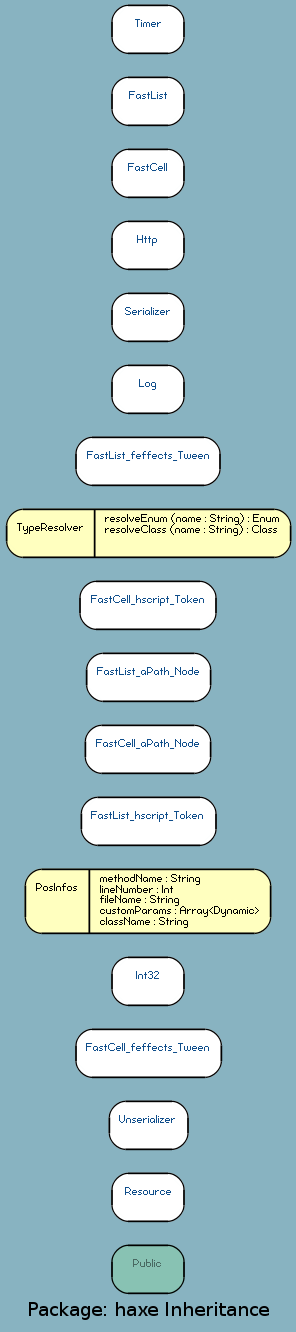
The Graphviz diagram docs/uml/haxe_I.png in google-code-export/haxegui, before a commit. Its source is kept beside it as docs/uml/haxe_I.dot.
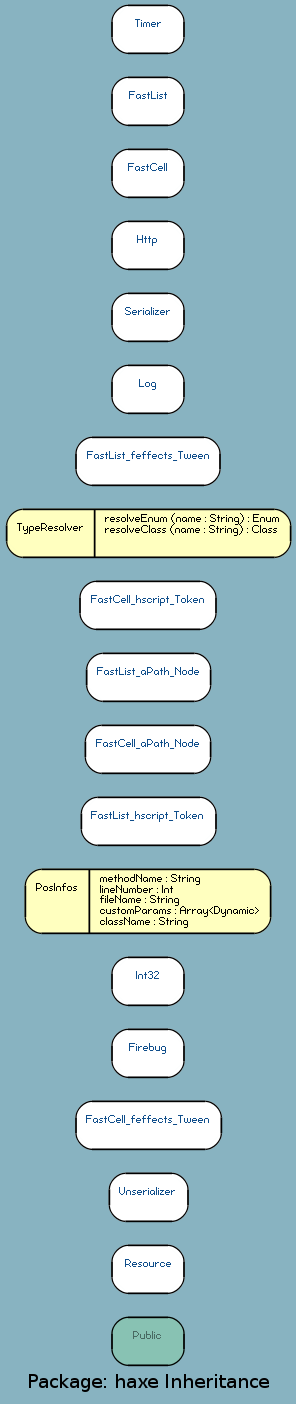
After the commit.

Change to the diagram source:
```diff
@@ -3,23 +3,24 @@
 	node [label="\N", style="rounded,filled", fillcolor="#96c288", fontcolor="#104E8B", fontname="FFF Harmony", fontsize=6, shape=record, color=black];
 	edge [fontname=Sans, fontsize=8, minlen="1.2", color=black, fontcolor=black];
 	graph [lp="107,12",
-		bb="0,0,214,991"];
+		bb="0,0,214,1045"];
 	"haxe.Public" [label="{\nPublic}", fillcolor="#88c2b3", fontcolor="#496962", URL="../types/haxe/Public.html", tooltip="\nPublic", portPos=w, pos="107,43", rects="80,25,134,61", width="0.75", height="0.50"];
 	"haxe.Resource" [label="{\nResource}", fillcolor=white, URL="../types/haxe/Resource.html", tooltip="\nResource", portPos=w, pos="107,97", rects="80,79,134,115", width="0.75", height="0.50"];
 	"haxe.Unserializer" [label="{\nUnserializer}", fillcolor=white, URL="../types/haxe/Unserializer.html", tooltip="\nUnserializer", portPos=w, pos="107,151", rects="78,133,137,169", width="0.81", height="0.50"];
 	"haxe.FastCell_feffects_Tween" [label="{\nFastCell_feffects_Tween}", fillcolor=white, URL="../types/haxe/FastCell_feffects_Tween.html", tooltip="\nFastCell_feffects_Tween", portPos=w, pos="107,205", rects="53,187,162,223", width="1.50", height="0.50"];
-	"haxe.Int32" [label="{\nInt32}", fillcolor=white, URL="../types/haxe/Int32.html", tooltip="\nInt32", portPos=w, pos="107,259", rects="80,241,134,277", width="0.75", height="0.50"];
-	"haxe.PosInfos" [label="{\nPosInfos|methodName : String\llineNumber : Int\lfileName : String\lcustomParams : Array\<Dynamic\>\lclassName : String\l}", fillcolor="#ffffbf", fontcolor=black, pos="107,319", rects="15,295,63,343 63,295,199,343", width="2.56", height="0.67"];
-	"haxe.FastList_hscript_Token" [label="{\nFastList_hscript_Token}", fillcolor=white, URL="../types/haxe/FastList_hscript_Token.html", tooltip="\nFastList_hscript_Token", portPos=w, pos="107,379", rects="57,361,158,397", width="1.39", height="0.50"];
-	"haxe.FastCell_aPath_Node" [label="{\nFastCell_aPath_Node}", fillcolor=white, URL="../types/haxe/FastCell_aPath_Node.html", tooltip="\nFastCell_aPath_Node", portPos=w, pos="107,433", rects="60,415,154,451", width="1.31", height="0.50"];
-	"haxe.FastList_aPath_Node" [label="{\nFastList_aPath_Node}", fillcolor=white, URL="../types/haxe/FastList_aPath_Node.html", tooltip="\nFastList_aPath_Node", portPos=w, pos="107,487", rects="61,469,154,505", width="1.28", height="0.50"];
-	"haxe.FastCell_hscript_Token" [label="{\nFastCell_hscript_Token}", fillcolor=white, URL="../types/haxe/FastCell_hscript_Token.html", tooltip="\nFastCell_hscript_Token", portPos=w, pos="107,541", rects="56,523,158,559", width="1.42", height="0.50"];
-	"haxe.TypeResolver" [label="{\nTypeResolver|resolveEnum (name : String) : Enum\lresolveClass (name : String) : Class\l}", fillcolor="#ffffbf", fontcolor=black, pos="107,595", rects="1,577,67,613 67,577,214,613", width="2.94", height="0.50"];
-	"haxe.FastList_feffects_Tween" [label="{\nFastList_feffects_Tween}", fillcolor=white, URL="../types/haxe/FastList_feffects_Tween.html", tooltip="\nFastList_feffects_Tween", portPos=w, pos="107,649", rects="53,631,161,667", width="1.50", height="0.50"];
-	"haxe.Log" [label="{\nLog}", fillcolor=white, URL="../types/haxe/Log.html", tooltip="\nLog", portPos=w, pos="107,703", rects="80,685,134,721", width="0.75", height="0.50"];
-	"haxe.Serializer" [label="{\nSerializer}", fillcolor=white, URL="../types/haxe/Serializer.html", tooltip="\nSerializer", portPos=w, pos="107,757", rects="80,739,134,775", width="0.75", height="0.50"];
-	"haxe.Http" [label="{\nHttp}", fillcolor=white, URL="../types/haxe/Http.html", tooltip="\nHttp", portPos=w, pos="107,811", rects="80,793,134,829", width="0.75", height="0.50"];
-	"haxe.FastCell" [label="{\nFastCell}", fillcolor=white, URL="../types/haxe/FastCell.html", tooltip="\nFastCell", portPos=w, pos="107,865", rects="80,847,134,883", width="0.75", height="0.50"];
-	"haxe.FastList" [label="{\nFastList}", fillcolor=white, URL="../types/haxe/FastList.html", tooltip="\nFastList", portPos=w, pos="107,919", rects="80,901,134,937", width="0.75", height="0.50"];
-	"haxe.Timer" [label="{\nTimer}", fillcolor=white, URL="../types/haxe/Timer.html", tooltip="\nTimer", portPos=w, pos="107,973", rects="80,955,134,991", width="0.75", height="0.50"];
+	"haxe.Firebug" [label="{\nFirebug}", fillcolor=white, URL="../types/haxe/Firebug.html", tooltip="\nFirebug", portPos=w, pos="107,259", rects="80,241,134,277", width="0.75", height="0.50"];
+	"haxe.Int32" [label="{\nInt32}", fillcolor=white, URL="../types/haxe/Int32.html", tooltip="\nInt32", portPos=w, pos="107,313", rects="80,295,134,331", width="0.75", height="0.50"];
+	"haxe.PosInfos" [label="{\nPosInfos|methodName : String\llineNumber : Int\lfileName : String\lcustomParams : Array\<Dynamic\>\lclassName : String\l}", fillcolor="#ffffbf", fontcolor=black, pos="107,373", rects="15,349,63,397 63,349,199,397", width="2.56", height="0.67"];
+	"haxe.FastList_hscript_Token" [label="{\nFastList_hscript_Token}", fillcolor=white, URL="../types/haxe/FastList_hscript_Token.html", tooltip="\nFastList_hscript_Token", portPos=w, pos="107,433", rects="57,415,158,451", width="1.39", height="0.50"];
+	"haxe.FastCell_aPath_Node" [label="{\nFastCell_aPath_Node}", fillcolor=white, URL="../types/haxe/FastCell_aPath_Node.html", tooltip="\nFastCell_aPath_Node", portPos=w, pos="107,487", rects="60,469,154,505", width="1.31", height="0.50"];
+	"haxe.FastList_aPath_Node" [label="{\nFastList_aPath_Node}", fillcolor=white, URL="../types/haxe/FastList_aPath_Node.html", tooltip="\nFastList_aPath_Node", portPos=w, pos="107,541", rects="61,523,154,559", width="1.28", height="0.50"];
+	"haxe.FastCell_hscript_Token" [label="{\nFastCell_hscript_Token}", fillcolor=white, URL="../types/haxe/FastCell_hscript_Token.html", tooltip="\nFastCell_hscript_Token", portPos=w, pos="107,595", rects="56,577,158,613", width="1.42", height="0.50"];
+	"haxe.TypeResolver" [label="{\nTypeResolver|resolveEnum (name : String) : Enum\lresolveClass (name : String) : Class\l}", fillcolor="#ffffbf", fontcolor=black, pos="107,649", rects="1,631,67,667 67,631,214,667", width="2.94", height="0.50"];
+	"haxe.FastList_feffects_Tween" [label="{\nFastList_feffects_Tween}", fillcolor=white, URL="../types/haxe/FastList_feffects_Tween.html", tooltip="\nFastList_feffects_Tween", portPos=w, pos="107,703", rects="53,685,161,721", width="1.50", height="0.50"];
+	"haxe.Log" [label="{\nLog}", fillcolor=white, URL="../types/haxe/Log.html", tooltip="\nLog", portPos=w, pos="107,757", rects="80,739,134,775", width="0.75", height="0.50"];
+	"haxe.Serializer" [label="{\nSerializer}", fillcolor=white, URL="../types/haxe/Serializer.html", tooltip="\nSerializer", portPos=w, pos="107,811", rects="80,793,134,829", width="0.75", height="0.50"];
+	"haxe.Http" [label="{\nHttp}", fillcolor=white, URL="../types/haxe/Http.html", tooltip="\nHttp", portPos=w, pos="107,865", rects="80,847,134,883", width="0.75", height="0.50"];
+	"haxe.FastCell" [label="{\nFastCell}", fillcolor=white, URL="../types/haxe/FastCell.html", tooltip="\nFastCell", portPos=w, pos="107,919", rects="80,901,134,937", width="0.75", height="0.50"];
+	"haxe.FastList" [label="{\nFastList}", fillcolor=white, URL="../types/haxe/FastList.html", tooltip="\nFastList", portPos=w, pos="107,973", rects="80,955,134,991", width="0.75", height="0.50"];
+	"haxe.Timer" [label="{\nTimer}", fillcolor=white, URL="../types/haxe/Timer.html", tooltip="\nTimer", portPos=w, pos="107,1027", rects="80,1009,134,1045", width="0.75", height="0.50"];
 }
```
